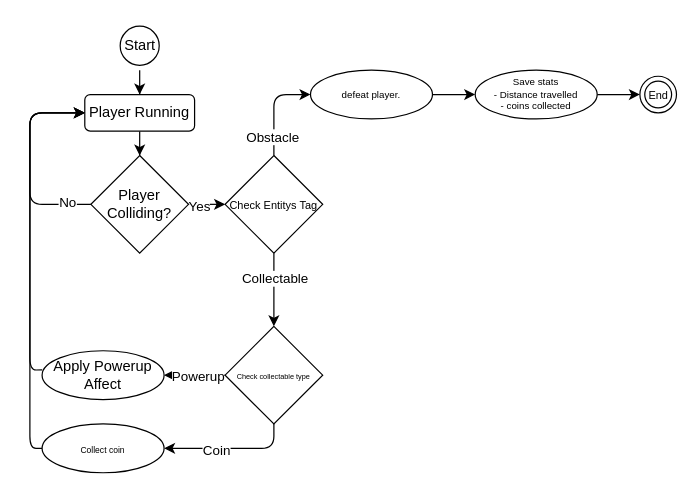
This is CollisionHandlingFlowchart.drawio from PsychicHavocTV/CPPSideScroller, a draw.io file, before an edit. Source tidied: cells renumbered, new cells numbered last; positions are measured from the earlier drawing's top-left corner, leaving out a move shared by most shapes. Both pictures are drawn from the tidied source at 122%, with x=0, y=0 at pixel (29, 21).
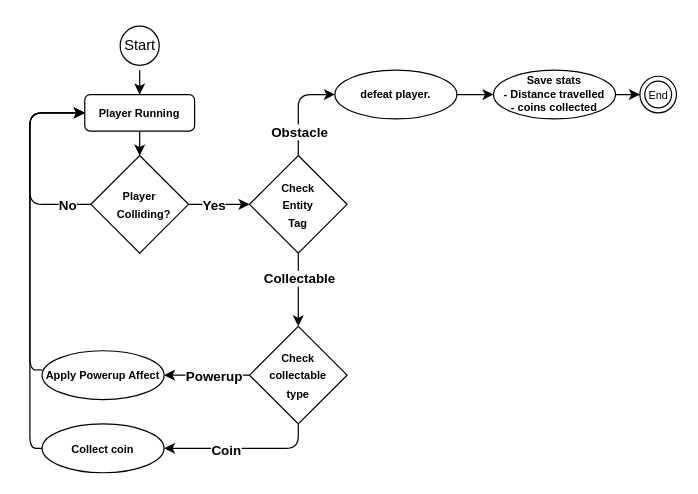
The same page after the edit.

Unchanged cells that the change refers to:
```xml
<mxCell id="8" style="edgeStyle=orthogonalEdgeStyle;jettySize=auto;html=1;shadow=0;rounded=1;" parent="1" edge="1" source="10" target="5">
  <mxGeometry relative="1" as="geometry">
    <Array as="points">
      <mxPoint y="150" />
      <mxPoint y="75" />
    </Array>
  </mxGeometry>
</mxCell>
<mxCell id="13" style="edgeStyle=orthogonalEdgeStyle;rounded=0;jettySize=auto;html=1;" parent="1" edge="1" source="15" target="25">
  <mxGeometry relative="1" as="geometry" />
</mxCell>
<mxCell id="21" style="edgeStyle=orthogonalEdgeStyle;rounded=0;jettySize=auto;html=1;exitX=0;exitY=0.5;exitDx=0;exitDy=0;entryX=1;entryY=0.5;entryDx=0;entryDy=0;" parent="1" edge="1" source="25" target="27">
  <mxGeometry relative="1" as="geometry" />
</mxCell>
```

The edit, as a diff of the source:
```diff
@@
-    <mxCell id="5" value="Player Running" style="whiteSpace=wrap;html=1;rounded=1;" parent="1" vertex="1">
+    <mxCell id="5" value="&lt;b&gt;&lt;font style=&quot;font-size: 9px;&quot;&gt;Player Running&lt;/font&gt;&lt;/b&gt;" style="whiteSpace=wrap;html=1;rounded=1;" parent="1" vertex="1">
       <mxGeometry x="45" y="60" width="90" height="30" as="geometry" />
     </mxCell>
-    <mxCell id="6" style="edgeStyle=orthogonalEdgeStyle;rounded=0;jettySize=auto;html=1;" parent="1" edge="1" source="10">
-      <mxGeometry relative="1" as="geometry">
-        <mxPoint x="160" y="150" as="targetPoint" />
-      </mxGeometry>
+    <mxCell id="6" style="edgeStyle=orthogonalEdgeStyle;rounded=0;jettySize=auto;html=1;entryX=0;entryY=0.5;entryDx=0;entryDy=0;" parent="1" edge="1" source="10" target="15">
+      <mxGeometry relative="1" as="geometry" />
     </mxCell>
-    <mxCell id="7" value="Yes" style="edgeLabel;html=1;align=center;verticalAlign=middle;" parent="6" vertex="1">
-      <mxGeometry x="-0.46" y="-1" relative="1" as="geometry" />
+    <mxCell id="7" value="&lt;b&gt;Yes&lt;/b&gt;" style="edgeLabel;html=1;align=center;verticalAlign=middle;" parent="6" vertex="1">
+      <mxGeometry x="-0.46" y="-1" relative="1" as="geometry">
+        <mxPoint x="6" y="-1" as="offset" />
+      </mxGeometry>
     </mxCell>
@@
-    <mxCell id="9" value="No" style="edgeLabel;html=1;align=center;verticalAlign=middle;" parent="8" vertex="1">
-      <mxGeometry x="-0.77" y="-2" relative="1" as="geometry" />
+    <mxCell id="9" value="&lt;b&gt;No&lt;/b&gt;" style="edgeLabel;html=1;align=center;verticalAlign=middle;" parent="8" vertex="1">
+      <mxGeometry x="-0.77" y="-2" relative="1" as="geometry">
+        <mxPoint y="2" as="offset" />
+      </mxGeometry>
     </mxCell>
-    <mxCell id="10" value="Player Colliding?" style="rhombus;whiteSpace=wrap;html=1;" parent="1" vertex="1">
+    <mxCell id="10" value="&lt;font style=&quot;font-size: 9px;&quot;&gt;&lt;b&gt;&lt;font style=&quot;font-size: 9px;&quot;&gt;Player&lt;br&gt;&lt;/font&gt;&lt;/b&gt;&lt;b style=&quot;text-align: justify; background-color: initial;&quot;&gt;&lt;font style=&quot;font-size: 9px;&quot;&gt;&amp;nbsp; &amp;nbsp;Colliding?&lt;/font&gt;&lt;/b&gt;&lt;/font&gt;&lt;b&gt;&lt;font style=&quot;font-size: 9px;&quot;&gt;&lt;br&gt;&lt;/font&gt;&lt;/b&gt;" style="rhombus;whiteSpace=wrap;html=1;" parent="1" vertex="1">
       <mxGeometry x="50" y="110" width="80" height="80" as="geometry" />
     </mxCell>
     <mxCell id="11" style="edgeStyle=orthogonalEdgeStyle;rounded=1;jettySize=auto;html=1;entryX=0;entryY=0.5;entryDx=0;entryDy=0;" parent="1" edge="1" source="15" target="17">
       <mxGeometry relative="1" as="geometry">
         <Array as="points">
-          <mxPoint x="200" y="60" />
+          <mxPoint x="220" y="60" />
         </Array>
       </mxGeometry>
     </mxCell>
-    <mxCell id="12" value="Obstacle" style="edgeLabel;html=1;align=center;verticalAlign=middle;" parent="11" vertex="1">
-      <mxGeometry x="-0.6" y="2" relative="1" as="geometry" />
+    <mxCell id="12" value="&lt;b&gt;Obstacle&lt;/b&gt;" style="edgeLabel;html=1;align=center;verticalAlign=middle;" parent="11" vertex="1">
+      <mxGeometry x="-0.6" y="2" relative="1" as="geometry">
+        <mxPoint x="2" y="-4" as="offset" />
+      </mxGeometry>
     </mxCell>
@@
-    <mxCell id="14" value="Collectable" style="edgeLabel;html=1;align=center;verticalAlign=middle;" parent="13" vertex="1">
+    <mxCell id="14" value="&lt;b&gt;Collectable&lt;/b&gt;" style="edgeLabel;html=1;align=center;verticalAlign=middle;" parent="13" vertex="1">
       <mxGeometry x="-0.35" relative="1" as="geometry" />
     </mxCell>
-    <mxCell id="15" value="&lt;span style=&quot;font-size: 9px;&quot;&gt;Check Entitys Tag&lt;/span&gt;" style="rhombus;whiteSpace=wrap;html=1;" parent="1" vertex="1">
-      <mxGeometry x="160" y="110" width="80" height="80" as="geometry" />
+    <mxCell id="15" value="&lt;span style=&quot;font-size: 9px;&quot;&gt;&lt;b&gt;Check &lt;br&gt;Entity&lt;br&gt;Tag&lt;/b&gt;&lt;/span&gt;" style="rhombus;whiteSpace=wrap;html=1;" parent="1" vertex="1">
+      <mxGeometry x="180" y="110" width="80" height="80" as="geometry" />
     </mxCell>
@@
-    <mxCell id="17" value="defeat player." style="ellipse;whiteSpace=wrap;html=1;align=center;fontSize=8;" parent="1" vertex="1">
-      <mxGeometry x="230" y="40" width="100" height="40" as="geometry" />
+    <mxCell id="17" value="&lt;font style=&quot;font-size: 9px;&quot;&gt;&lt;b&gt;defeat player.&lt;/b&gt;&lt;/font&gt;" style="ellipse;whiteSpace=wrap;html=1;align=center;fontSize=8;" parent="1" vertex="1">
+      <mxGeometry x="250" y="40" width="100" height="40" as="geometry" />
     </mxCell>
@@
-    <mxCell id="19" value="Save stats&lt;br&gt;- Distance travelled&lt;br&gt;- coins collected" style="ellipse;whiteSpace=wrap;html=1;align=center;fontSize=8;" parent="1" vertex="1">
-      <mxGeometry x="365" y="40" width="100" height="40" as="geometry" />
+    <mxCell id="19" value="&lt;font style=&quot;font-size: 9px;&quot;&gt;&lt;b&gt;Save stats&lt;br&gt;- Distance travelled&lt;br&gt;- coins collected&lt;/b&gt;&lt;/font&gt;" style="ellipse;whiteSpace=wrap;html=1;align=center;fontSize=8;" parent="1" vertex="1">
+      <mxGeometry x="380" y="40" width="100" height="40" as="geometry" />
     </mxCell>
@@
-    <mxCell id="22" value="Powerup" style="edgeLabel;html=1;align=center;verticalAlign=middle;" parent="21" vertex="1">
+    <mxCell id="22" value="&lt;b&gt;Powerup&lt;/b&gt;" style="edgeLabel;html=1;align=center;verticalAlign=middle;" parent="21" vertex="1">
       <mxGeometry x="-0.31" relative="1" as="geometry">
         <mxPoint x="-6" as="offset" />
       </mxGeometry>
     </mxCell>
     <mxCell id="23" style="edgeStyle=orthogonalEdgeStyle;rounded=1;jettySize=auto;html=1;entryX=1;entryY=0.5;entryDx=0;entryDy=0;" parent="1" edge="1" source="25" target="29">
       <mxGeometry relative="1" as="geometry">
         <Array as="points">
-          <mxPoint x="200" y="350" />
+          <mxPoint x="220" y="350" />
         </Array>
       </mxGeometry>
     </mxCell>
-    <mxCell id="24" value="Coin" style="edgeLabel;html=1;align=center;verticalAlign=middle;" parent="23" vertex="1">
+    <mxCell id="24" value="&lt;b&gt;Coin&lt;/b&gt;" style="edgeLabel;html=1;align=center;verticalAlign=middle;" parent="23" vertex="1">
       <mxGeometry x="0.23" y="1" relative="1" as="geometry" />
     </mxCell>
-    <mxCell id="25" value="&lt;font style=&quot;font-size: 6px;&quot;&gt;Check collectable type&lt;/font&gt;" style="rhombus;whiteSpace=wrap;html=1;" parent="1" vertex="1">
-      <mxGeometry x="160" y="250" width="80" height="80" as="geometry" />
+    <mxCell id="25" value="&lt;font style=&quot;font-size: 9px;&quot;&gt;&lt;b style=&quot;&quot;&gt;Check&lt;br&gt;collectable&lt;br&gt;type&lt;/b&gt;&lt;/font&gt;" style="rhombus;whiteSpace=wrap;html=1;" parent="1" vertex="1">
+      <mxGeometry x="180" y="250" width="80" height="80" as="geometry" />
     </mxCell>
@@
-    <mxCell id="27" value="Apply Powerup Affect" style="ellipse;whiteSpace=wrap;html=1;align=center;" parent="1" vertex="1">
+    <mxCell id="27" value="&lt;font style=&quot;font-size: 9px;&quot;&gt;&lt;b&gt;Apply Powerup Affect&lt;/b&gt;&lt;/font&gt;" style="ellipse;whiteSpace=wrap;html=1;align=center;" parent="1" vertex="1">
       <mxGeometry x="10" y="270" width="100" height="40" as="geometry" />
     </mxCell>
@@
-    <mxCell id="29" value="&lt;font style=&quot;font-size: 7px;&quot;&gt;Collect coin&lt;/font&gt;" style="ellipse;whiteSpace=wrap;html=1;align=center;" parent="1" vertex="1">
+    <mxCell id="29" value="&lt;font style=&quot;font-size: 9px;&quot;&gt;&lt;b&gt;Collect coin&lt;/b&gt;&lt;/font&gt;" style="ellipse;whiteSpace=wrap;html=1;align=center;" parent="1" vertex="1">
       <mxGeometry x="10" y="330" width="100" height="40" as="geometry" />
     </mxCell>
```
